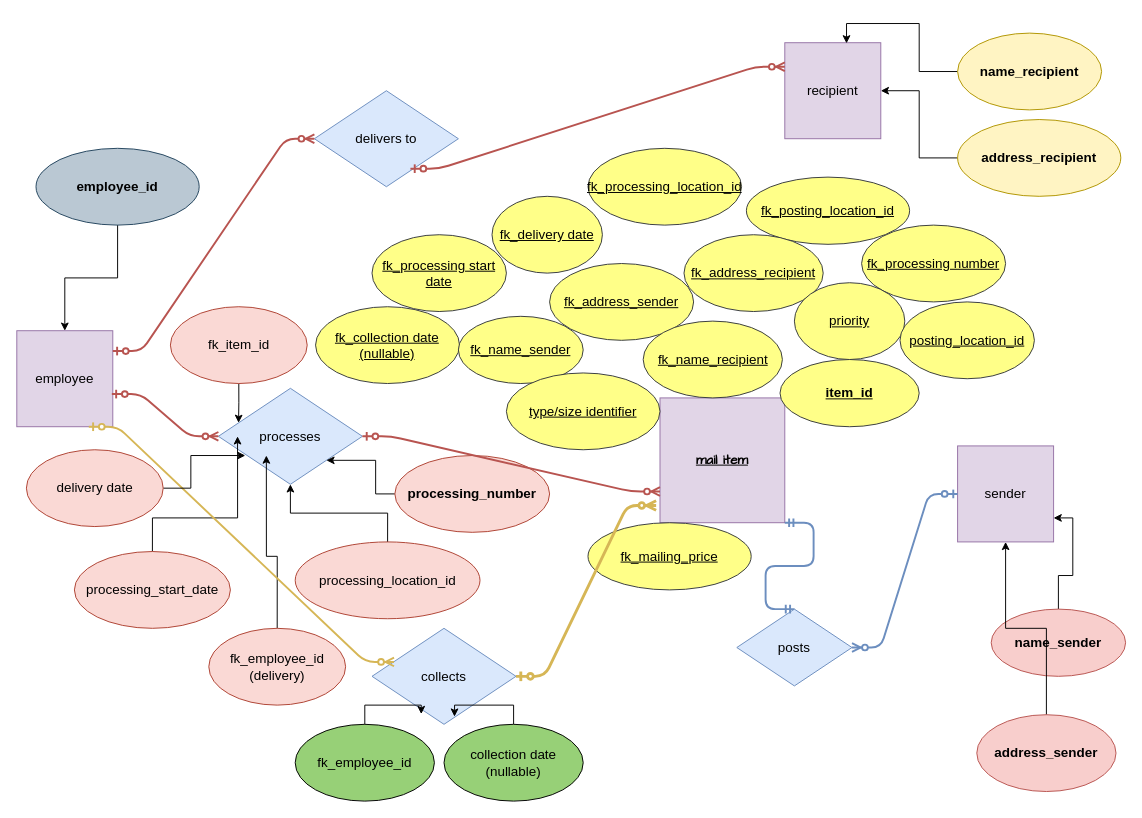
The draw.io diagram database_development_CR09/ERdiagram_CR09.drawio in Carina20/CFLMS-Carina-CodeReview-09, before the edit. Source tidied: cells renumbered, new cells numbered last; positions are measured from the earlier drawing's top-left corner, leaving out a move shared by most shapes. Both pictures are drawn from the tidied source at 96%, with x=0, y=0 at pixel (16, 33).
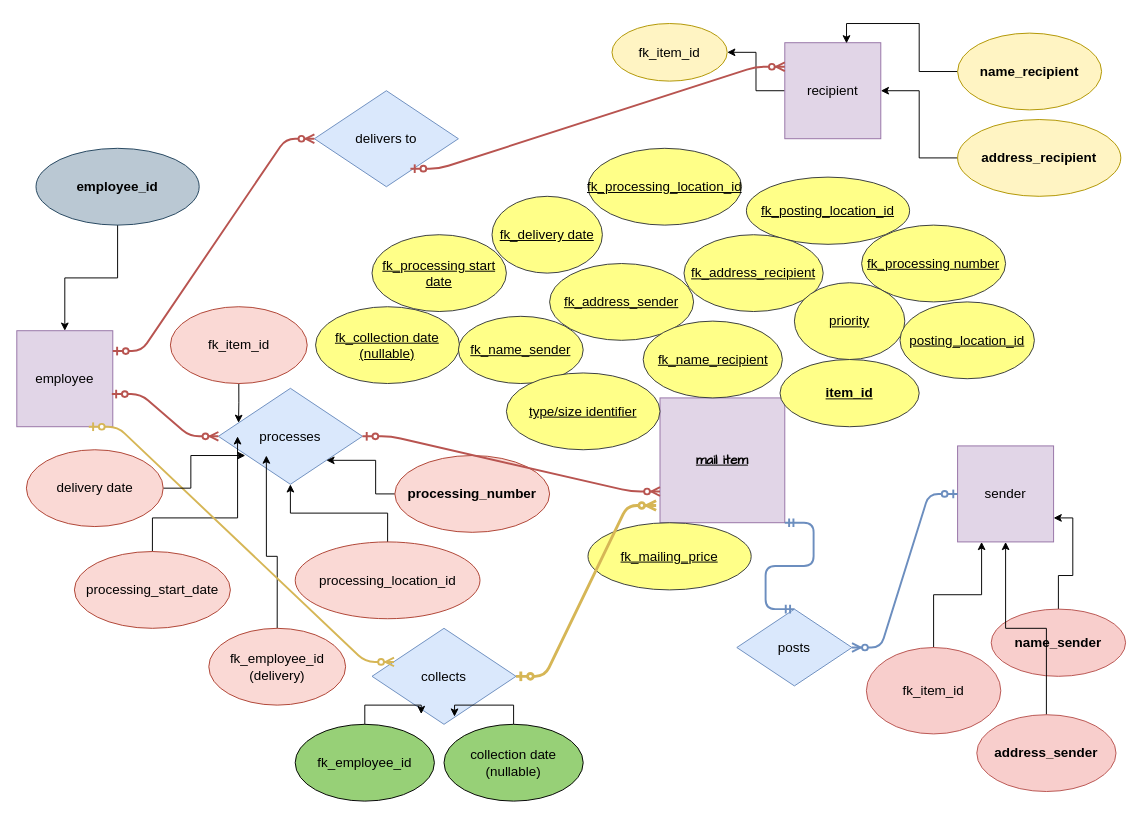
The same diagram, later.

Unchanged cells that the change refers to:
```xml
<mxCell id="4" value="sender" style="whiteSpace=wrap;html=1;fontSize=14;fillColor=#e1d5e7;strokeColor=#9673a6;" parent="1" vertex="1">
  <mxGeometry x="980" y="430" width="100" height="100" as="geometry" />
</mxCell>
<mxCell id="5" value="recipient" style="whiteSpace=wrap;html=1;fontSize=14;fillColor=#e1d5e7;strokeColor=#9673a6;" parent="1" vertex="1">
  <mxGeometry x="800" y="10" width="100" height="100" as="geometry" />
</mxCell>
```

What changed in the source:
```diff
@@
+    <mxCell id="59" style="edgeStyle=orthogonalEdgeStyle;rounded=0;jettySize=auto;html=1;" parent="1" edge="1" source="5" target="62">
+      <mxGeometry relative="1" as="geometry" />
+    </mxCell>
@@
+    <mxCell id="60" style="edgeStyle=orthogonalEdgeStyle;rounded=0;jettySize=auto;html=1;entryX=0.25;entryY=1;entryDx=0;entryDy=0;" parent="1" edge="1" source="61" target="4">
+      <mxGeometry relative="1" as="geometry" />
+    </mxCell>
+    <mxCell id="61" value="&lt;span style=&quot;font-weight: normal&quot;&gt;fk_item_id&lt;/span&gt;" style="ellipse;whiteSpace=wrap;html=1;fontSize=14;fillColor=#f8cecc;strokeColor=#b85450;fontStyle=1;" parent="1" vertex="1">
+      <mxGeometry x="885" y="640" width="140" height="90" as="geometry" />
+    </mxCell>
+    <mxCell id="62" value="&lt;span style=&quot;font-weight: normal&quot;&gt;fk_item_id&lt;/span&gt;" style="ellipse;whiteSpace=wrap;html=1;fontSize=14;strokeColor=#B09500;fillColor=#FFF4C3;fontStyle=1;" parent="1" vertex="1">
+      <mxGeometry x="620" y="-10" width="120" height="60" as="geometry" />
+    </mxCell>
```
